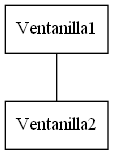
The Graphviz diagram Fase1/listaVentanillas.png in d-acetun/simulacion-sistema-impresion-de-imagenes, before a commit. Its source is kept beside it as Fase1/listaVentanillas.dot.
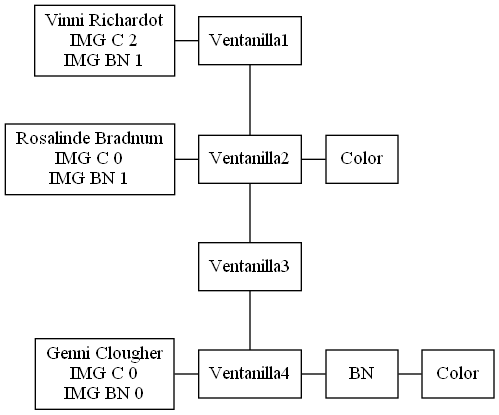
The same diagram one commit later.

Commit message:
Se termino de hacer la lista de ventanillas

What changed in the source:
```diff
@@ -2,7 +2,29 @@
 node[shape=box]
 edge[arrowhead=none]
 0 [label=Ventanilla1]
-1 [label=Ventanilla2]
-0->1
+1 [label="Vinni Richardot\nIMG C 2\nIMG BN 1"]
+2 [label=Ventanilla2]
+3 [label="Rosalinde Bradnum\nIMG C 0\nIMG BN 1"]
+4[label=Color]
+5 [label=Ventanilla3]
+6 [label=Ventanilla4]
+7 [label="Genni Clougher\nIMG C 0\nIMG BN 0"]
+8[label=BN]
+9[label=Color]
+1->0
+0->2
+3->2
+2->4
+2->5
+5->6
+7->6
+6->8
+8->9
+{rank=same; 1; 0}
+{rank=same; 3; 2}
+{rank=same; 2; 4}
+{rank=same; 7; 6}
+{rank=same; 6; 8}
+{rank=same; 8; 9}
 rankdir=TB
 }
```
